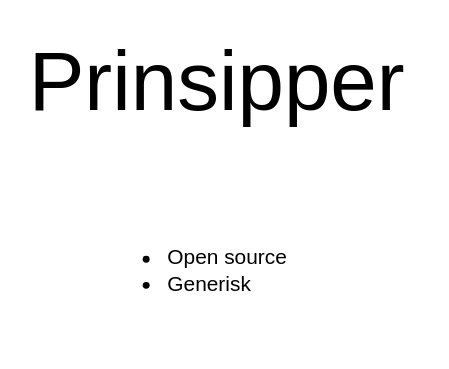
DevDimensionLab/presentations keeps this draw.io diagram as page "Prinsipper" (3 of 8) of presentation.2022.05.drawio. Above is the earlier version. Source tidied: cells renumbered, new cells numbered last; positions are measured from the earlier drawing's top-left corner, leaving out a move shared by most shapes. Both pictures are drawn from the tidied source at 174%, with x=0, y=0 at pixel (38, 54).
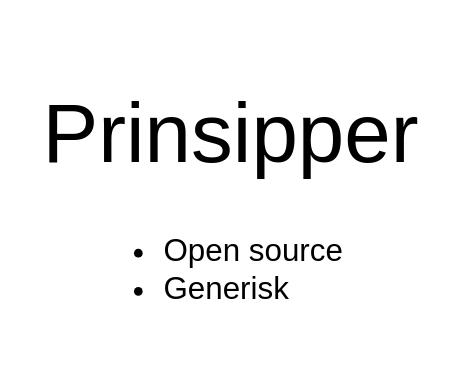
The same diagram, later.

What changed in the source:
```diff
@@
 <mxGraphModel>
   <root>
     <mxCell id="0" />
     <mxCell id="1" parent="0" />
     <mxCell id="2" value="&lt;font style=&quot;font-size: 48px&quot;&gt;Prinsipper&lt;/font&gt;" style="text;html=1;strokeColor=none;fillColor=none;align=center;verticalAlign=middle;whiteSpace=wrap;rounded=0;" parent="1" vertex="1">
-      <mxGeometry width="205" height="30" as="geometry" />
+      <mxGeometry x="8" y="30" width="205" height="30" as="geometry" />
     </mxCell>
-    <mxCell id="3" value="&lt;ul&gt;&lt;li&gt;Open source&lt;/li&gt;&lt;li style=&quot;text-align: left&quot;&gt;Generisk&lt;/li&gt;&lt;/ul&gt;" style="text;html=1;align=center;verticalAlign=middle;strokeColor=none;fillColor=none;" parent="1" vertex="1">
-      <mxGeometry x="28" y="94" width="120" height="60" as="geometry" />
+    <mxCell id="3" value="&lt;ul style=&quot;font-size: 18px;&quot;&gt;&lt;li&gt;Open source&lt;/li&gt;&lt;li style=&quot;text-align: left&quot;&gt;Generisk&lt;/li&gt;&lt;/ul&gt;" style="text;html=1;align=center;verticalAlign=middle;strokeColor=none;fillColor=none;" parent="1" vertex="1">
+      <mxGeometry x="23" y="89" width="160" height="70" as="geometry" />
     </mxCell>
   </root>
 </mxGraphModel>
```
